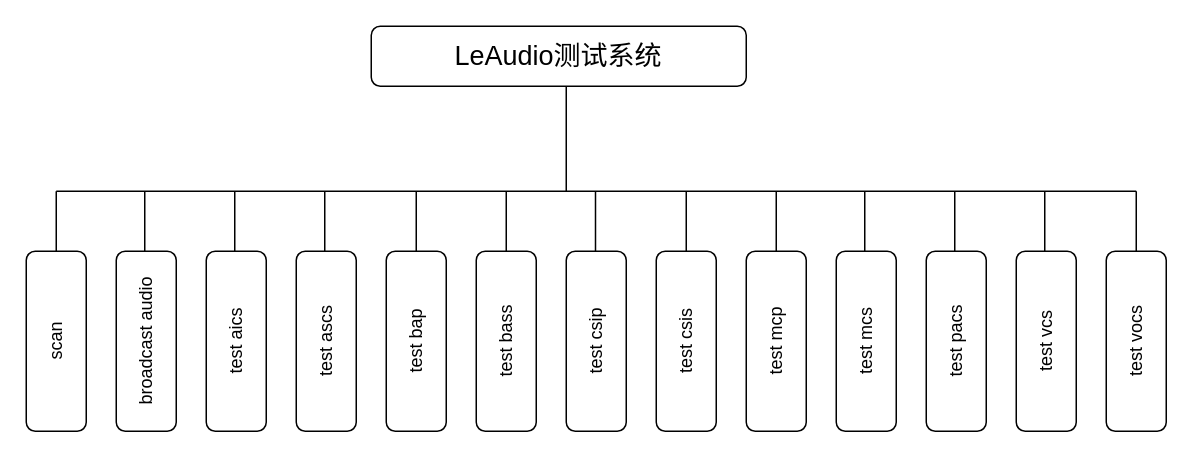
The draw.io diagram le audio测试框架.drawio in barry87513/home, before the edit. Source tidied: cells renumbered, new cells numbered last; positions are measured from the earlier drawing's top-left corner, leaving out a move shared by most shapes. Both pictures are drawn from the tidied source at 150%, with x=0, y=0 at pixel (-34, 26).
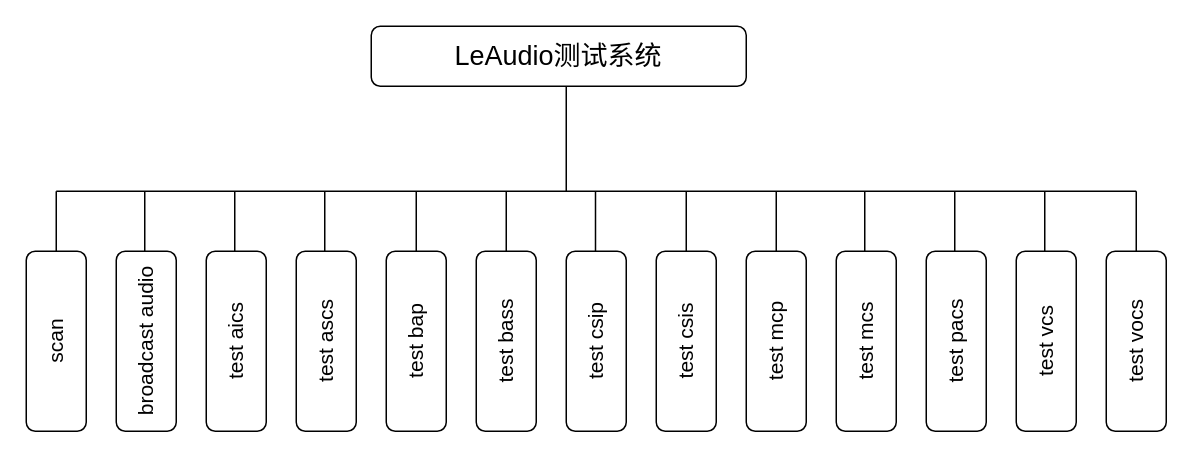
The same diagram, later.

Commit message (it also covers changes not shown here):
更新le audio测试框架.drawio

What changed in the source:
```diff
@@
-    <mxCell id="2" value="scan" style="rounded=1;whiteSpace=wrap;html=1;rotation=-90;" parent="1" vertex="1">
+    <mxCell id="2" value="&lt;font style=&quot;font-size: 14px;&quot;&gt;scan&lt;/font&gt;" style="rounded=1;whiteSpace=wrap;html=1;rotation=-90;" parent="1" vertex="1">
       <mxGeometry y="190" width="120" height="40" as="geometry" />
     </mxCell>
-    <mxCell id="3" value="broadcast audio" style="rounded=1;whiteSpace=wrap;html=1;rotation=-90;" parent="1" vertex="1">
+    <mxCell id="3" value="&lt;font style=&quot;font-size: 14px;&quot;&gt;broadcast audio&lt;/font&gt;" style="rounded=1;whiteSpace=wrap;html=1;rotation=-90;" parent="1" vertex="1">
       <mxGeometry x="60" y="190" width="120" height="40" as="geometry" />
     </mxCell>
-    <mxCell id="4" value="test aics" style="rounded=1;whiteSpace=wrap;html=1;rotation=-90;" parent="1" vertex="1">
+    <mxCell id="4" value="&lt;font style=&quot;font-size: 14px;&quot;&gt;test aics&lt;/font&gt;" style="rounded=1;whiteSpace=wrap;html=1;rotation=-90;" parent="1" vertex="1">
       <mxGeometry x="120" y="190" width="120" height="40" as="geometry" />
     </mxCell>
-    <mxCell id="5" value="test ascs" style="rounded=1;whiteSpace=wrap;html=1;rotation=-90;" parent="1" vertex="1">
+    <mxCell id="5" value="&lt;font style=&quot;font-size: 14px;&quot;&gt;test ascs&lt;/font&gt;" style="rounded=1;whiteSpace=wrap;html=1;rotation=-90;" parent="1" vertex="1">
       <mxGeometry x="180" y="190" width="120" height="40" as="geometry" />
     </mxCell>
-    <mxCell id="6" value="test bap" style="rounded=1;whiteSpace=wrap;html=1;rotation=-90;" parent="1" vertex="1">
+    <mxCell id="6" value="&lt;font style=&quot;font-size: 14px;&quot;&gt;test bap&lt;/font&gt;" style="rounded=1;whiteSpace=wrap;html=1;rotation=-90;" parent="1" vertex="1">
       <mxGeometry x="240" y="190" width="120" height="40" as="geometry" />
     </mxCell>
-    <mxCell id="7" value="test bass" style="rounded=1;whiteSpace=wrap;html=1;rotation=-90;" parent="1" vertex="1">
+    <mxCell id="7" value="&lt;font style=&quot;font-size: 14px;&quot;&gt;test bass&lt;/font&gt;" style="rounded=1;whiteSpace=wrap;html=1;rotation=-90;" parent="1" vertex="1">
       <mxGeometry x="300" y="190" width="120" height="40" as="geometry" />
     </mxCell>
-    <mxCell id="8" value="test csip" style="rounded=1;whiteSpace=wrap;html=1;rotation=-90;" parent="1" vertex="1">
+    <mxCell id="8" value="&lt;font style=&quot;font-size: 14px;&quot;&gt;test csip&lt;/font&gt;" style="rounded=1;whiteSpace=wrap;html=1;rotation=-90;" parent="1" vertex="1">
       <mxGeometry x="360" y="190" width="120" height="40" as="geometry" />
     </mxCell>
-    <mxCell id="9" value="test csis" style="rounded=1;whiteSpace=wrap;html=1;rotation=-90;" parent="1" vertex="1">
+    <mxCell id="9" value="&lt;font style=&quot;font-size: 14px;&quot;&gt;test csis&lt;/font&gt;" style="rounded=1;whiteSpace=wrap;html=1;rotation=-90;" parent="1" vertex="1">
       <mxGeometry x="420" y="190" width="120" height="40" as="geometry" />
     </mxCell>
-    <mxCell id="10" value="test mcp" style="rounded=1;whiteSpace=wrap;html=1;rotation=-90;" parent="1" vertex="1">
+    <mxCell id="10" value="&lt;font style=&quot;font-size: 14px;&quot;&gt;test mcp&lt;/font&gt;" style="rounded=1;whiteSpace=wrap;html=1;rotation=-90;" parent="1" vertex="1">
       <mxGeometry x="480" y="190" width="120" height="40" as="geometry" />
     </mxCell>
-    <mxCell id="11" value="test mcs" style="rounded=1;whiteSpace=wrap;html=1;rotation=-90;" parent="1" vertex="1">
+    <mxCell id="11" value="&lt;font style=&quot;font-size: 14px;&quot;&gt;test mcs&lt;/font&gt;" style="rounded=1;whiteSpace=wrap;html=1;rotation=-90;" parent="1" vertex="1">
       <mxGeometry x="540" y="190" width="120" height="40" as="geometry" />
     </mxCell>
-    <mxCell id="12" value="test pacs" style="rounded=1;whiteSpace=wrap;html=1;rotation=-90;" parent="1" vertex="1">
+    <mxCell id="12" value="&lt;font style=&quot;font-size: 14px;&quot;&gt;test pacs&lt;/font&gt;" style="rounded=1;whiteSpace=wrap;html=1;rotation=-90;" parent="1" vertex="1">
       <mxGeometry x="600" y="190" width="120" height="40" as="geometry" />
     </mxCell>
-    <mxCell id="13" value="test vcs" style="rounded=1;whiteSpace=wrap;html=1;rotation=-90;" parent="1" vertex="1">
+    <mxCell id="13" value="&lt;font style=&quot;font-size: 14px;&quot;&gt;test vcs&lt;/font&gt;" style="rounded=1;whiteSpace=wrap;html=1;rotation=-90;" parent="1" vertex="1">
       <mxGeometry x="660" y="190" width="120" height="40" as="geometry" />
     </mxCell>
@@
-    <mxCell id="15" value="test vocs" style="rounded=1;whiteSpace=wrap;html=1;rotation=-90;" parent="1" vertex="1">
+    <mxCell id="15" value="&lt;font style=&quot;font-size: 14px;&quot;&gt;test vocs&lt;/font&gt;" style="rounded=1;whiteSpace=wrap;html=1;rotation=-90;" parent="1" vertex="1">
       <mxGeometry x="720" y="190" width="120" height="40" as="geometry" />
     </mxCell>
```
